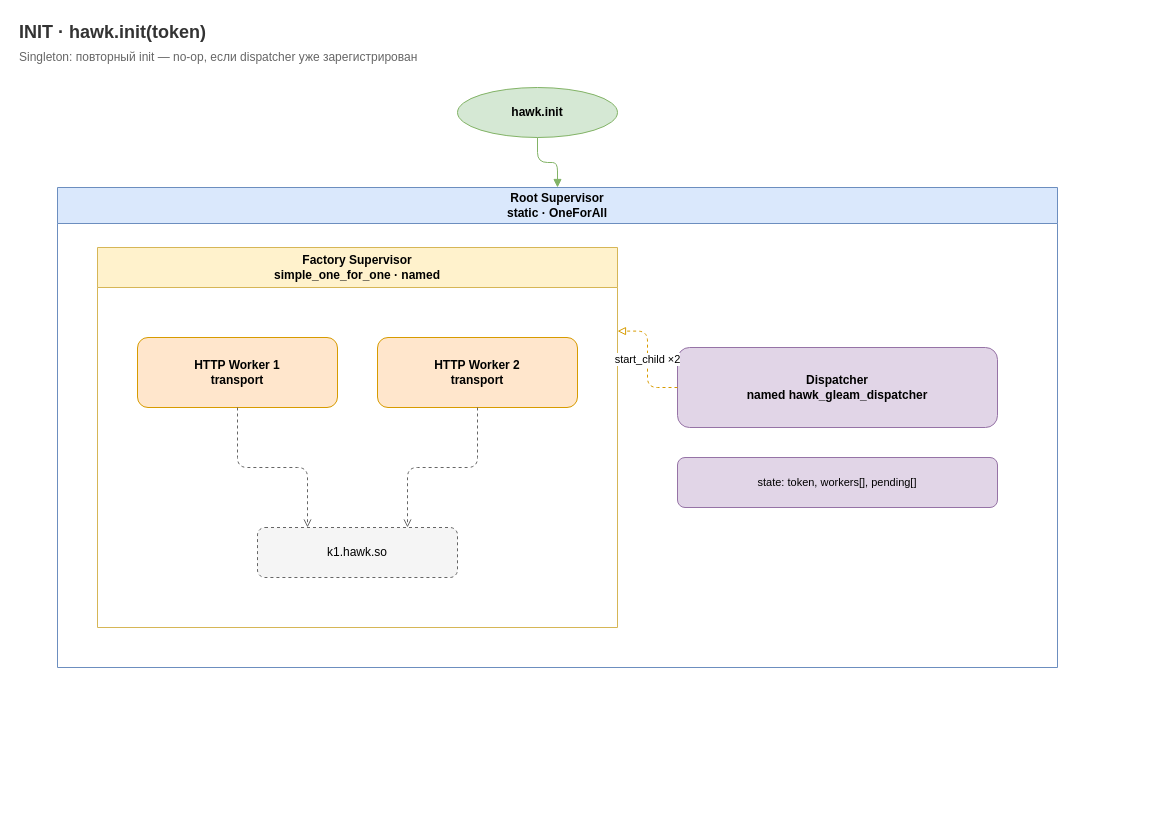
This is docs/hawk_init.drawio from Dobrunia/hawk.gleam, a draw.io file, before an edit. Source tidied: cells renumbered, new cells numbered last; positions are measured from the earlier drawing's top-left corner, leaving out a move shared by most shapes. Both pictures are drawn from the tidied source at 100%, with x=0, y=0 at pixel (17, 17).
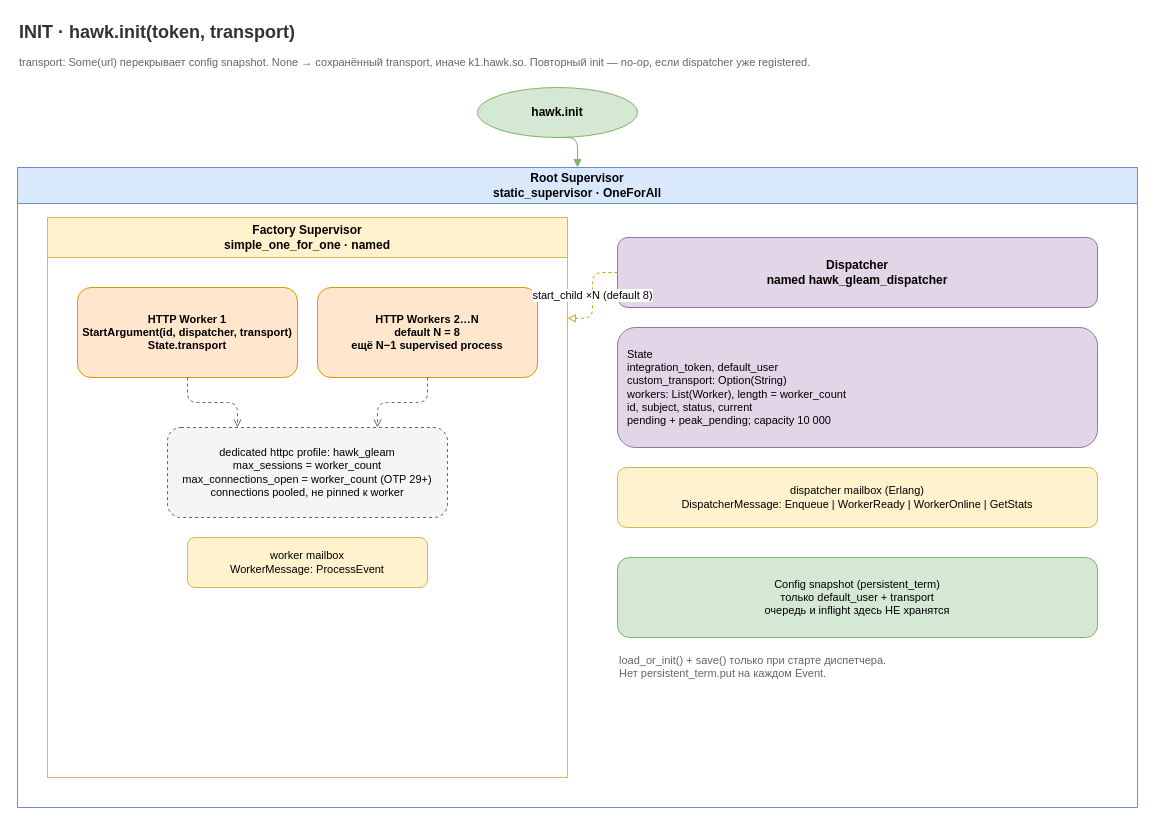
The same diagram, later.

The edit, as a diff of the source:
```diff
@@
 <mxGraphModel>
   <root>
     <mxCell id="0" />
     <mxCell id="1" parent="0" />
-    <mxCell id="2" value="INIT  ·  hawk.init(token)" style="text;html=1;strokeColor=none;fillColor=none;align=left;verticalAlign=middle;fontStyle=1;fontSize=18;fontColor=#333333;" parent="1" vertex="1">
-      <mxGeometry width="420" height="30" as="geometry" />
+    <mxCell id="2" value="INIT  ·  hawk.init(token, transport)" style="text;html=1;strokeColor=none;fillColor=none;align=left;verticalAlign=middle;fontStyle=1;fontSize=18;fontColor=#333333;" parent="1" vertex="1">
+      <mxGeometry width="560" height="30" as="geometry" />
     </mxCell>
-    <mxCell id="3" value="Singleton: повторный init — no-op, если dispatcher уже зарегистрирован" style="text;html=1;strokeColor=none;fillColor=none;align=left;verticalAlign=middle;fontSize=12;fontColor=#666666;" parent="1" vertex="1">
-      <mxGeometry y="30" width="520" height="20" as="geometry" />
+    <mxCell id="3" value="transport: Some(url) перекрывает config snapshot. None → сохранённый transport, иначе k1.hawk.so. Повторный init — no-op, если dispatcher уже registered." style="text;html=1;strokeColor=none;fillColor=none;align=left;verticalAlign=middle;fontSize=11;fontColor=#666666;" parent="1" vertex="1">
+      <mxGeometry y="30" width="1100" height="30" as="geometry" />
     </mxCell>
     <mxCell id="4" value="hawk.init" style="ellipse;whiteSpace=wrap;html=1;fillColor=#d5e8d4;strokeColor=#82b366;fontStyle=1;" parent="1" vertex="1">
-      <mxGeometry x="440" y="70" width="160" height="50" as="geometry" />
+      <mxGeometry x="460" y="70" width="160" height="50" as="geometry" />
     </mxCell>
-    <mxCell id="5" value="Root Supervisor&#10;static · OneForAll" style="swimlane;startSize=36;html=1;fillColor=#dae8fc;strokeColor=#6c8ebf;fontStyle=1;whiteSpace=wrap;" parent="1" vertex="1">
-      <mxGeometry x="40" y="170" width="1000" height="480" as="geometry" />
+    <mxCell id="5" value="Root Supervisor&#10;static_supervisor · OneForAll" style="swimlane;startSize=36;html=1;fillColor=#dae8fc;strokeColor=#6c8ebf;fontStyle=1;whiteSpace=wrap;" parent="1" vertex="1">
+      <mxGeometry y="150" width="1120" height="640" as="geometry" />
     </mxCell>
     <mxCell id="6" value="Factory Supervisor&#10;simple_one_for_one · named" style="swimlane;startSize=40;html=1;fillColor=#fff2cc;strokeColor=#d6b656;fontStyle=1;whiteSpace=wrap;" parent="5" vertex="1">
-      <mxGeometry x="40" y="60" width="520" height="380" as="geometry" />
+      <mxGeometry x="30" y="50" width="520" height="560" as="geometry" />
     </mxCell>
-    <mxCell id="7" value="HTTP Worker 1&#10;transport" style="rounded=1;whiteSpace=wrap;html=1;fillColor=#ffe6cc;strokeColor=#d79b00;fontStyle=1;" parent="6" vertex="1">
-      <mxGeometry x="40" y="90" width="200" height="70" as="geometry" />
+    <mxCell id="7" value="HTTP Worker 1&#10;StartArgument(id, dispatcher, transport)&#10;State.transport" style="rounded=1;whiteSpace=wrap;html=1;fillColor=#ffe6cc;strokeColor=#d79b00;fontStyle=1;fontSize=11;" parent="6" vertex="1">
+      <mxGeometry x="30" y="70" width="220" height="90" as="geometry" />
     </mxCell>
-    <mxCell id="8" value="HTTP Worker 2&#10;transport" style="rounded=1;whiteSpace=wrap;html=1;fillColor=#ffe6cc;strokeColor=#d79b00;fontStyle=1;" parent="6" vertex="1">
-      <mxGeometry x="280" y="90" width="200" height="70" as="geometry" />
+    <mxCell id="8" value="HTTP Workers 2…N&#10;default N = 8&#10;ещё N−1 supervised process" style="rounded=1;whiteSpace=wrap;html=1;fillColor=#ffe6cc;strokeColor=#d79b00;fontStyle=1;fontSize=11;" parent="6" vertex="1">
+      <mxGeometry x="270" y="70" width="220" height="90" as="geometry" />
     </mxCell>
-    <mxCell id="9" value="k1.hawk.so" style="rounded=1;dashed=1;whiteSpace=wrap;html=1;fillColor=#f5f5f5;strokeColor=#666666;" parent="6" vertex="1">
-      <mxGeometry x="160" y="280" width="200" height="50" as="geometry" />
+    <mxCell id="9" value="dedicated httpc profile: hawk_gleam&#10;max_sessions = worker_count&#10;max_connections_open = worker_count (OTP 29+)&#10;connections pooled, не pinned к worker" style="rounded=1;dashed=1;whiteSpace=wrap;html=1;fillColor=#f5f5f5;strokeColor=#666666;fontSize=11;" parent="6" vertex="1">
+      <mxGeometry x="120" y="210" width="280" height="90" as="geometry" />
     </mxCell>
+    <mxCell id="16" value="worker mailbox&#10;WorkerMessage: ProcessEvent" style="rounded=1;whiteSpace=wrap;html=1;fillColor=#fff2cc;strokeColor=#d6b656;fontSize=11;" parent="6" vertex="1">
+      <mxGeometry x="140" y="320" width="240" height="50" as="geometry" />
+    </mxCell>
     <mxCell id="10" value="Dispatcher&#10;named hawk_gleam_dispatcher" style="rounded=1;whiteSpace=wrap;html=1;fillColor=#e1d5e7;strokeColor=#9673a6;fontStyle=1;" parent="5" vertex="1">
-      <mxGeometry x="620" y="160" width="320" height="80" as="geometry" />
+      <mxGeometry x="600" y="70" width="480" height="70" as="geometry" />
     </mxCell>
-    <mxCell id="11" value="state: token, workers[], pending[]" style="rounded=1;whiteSpace=wrap;html=1;fillColor=#e1d5e7;strokeColor=#9673a6;fontSize=11;" parent="5" vertex="1">
-      <mxGeometry x="620" y="270" width="320" height="50" as="geometry" />
+    <mxCell id="11" value="State&#10;integration_token, default_user&#10;custom_transport: Option(String)&#10;workers: List(Worker), length = worker_count&#10;id, subject, status, current&#10;pending + peak_pending; capacity 10 000" style="rounded=1;whiteSpace=wrap;html=1;align=left;spacingLeft=8;fillColor=#e1d5e7;strokeColor=#9673a6;fontSize=11;" parent="5" vertex="1">
+      <mxGeometry x="600" y="160" width="480" height="120" as="geometry" />
     </mxCell>
+    <mxCell id="17" value="dispatcher mailbox (Erlang)&#10;DispatcherMessage: Enqueue | WorkerReady | WorkerOnline | GetStats" style="rounded=1;whiteSpace=wrap;html=1;fillColor=#fff2cc;strokeColor=#d6b656;fontSize=11;" parent="5" vertex="1">
+      <mxGeometry x="600" y="300" width="480" height="60" as="geometry" />
+    </mxCell>
+    <mxCell id="18" value="Config snapshot (persistent_term)&#10;только default_user + transport&#10;очередь и inflight здесь НЕ хранятся" style="rounded=1;whiteSpace=wrap;html=1;fillColor=#d5e8d4;strokeColor=#82b366;fontSize=11;" parent="5" vertex="1">
+      <mxGeometry x="600" y="390" width="480" height="80" as="geometry" />
+    </mxCell>
+    <mxCell id="19" value="load_or_init() + save() только при старте диспетчера.&#10;Нет persistent_term.put на каждом Event." style="text;html=1;strokeColor=none;fillColor=none;align=left;fontSize=11;fontColor=#666666;" parent="5" vertex="1">
+      <mxGeometry x="600" y="480" width="480" height="40" as="geometry" />
+    </mxCell>
     <mxCell id="12" style="edgeStyle=orthogonalEdgeStyle;rounded=1;jettySize=auto;html=1;endArrow=block;endFill=1;strokeColor=#82b366;exitX=0.5;exitY=1;entryX=0.5;entryY=0;" parent="1" edge="1" source="4" target="5">
       <mxGeometry relative="1" as="geometry" />
     </mxCell>
-    <mxCell id="13" value="start_child ×2" style="edgeStyle=orthogonalEdgeStyle;rounded=1;jettySize=auto;html=1;dashed=1;endArrow=block;endFill=0;strokeColor=#d79b00;exitX=0;exitY=0.5;entryX=1;entryY=0.22;fontSize=11;" parent="5" edge="1" source="10" target="6">
+    <mxCell id="13" value="start_child ×N (default 8)" style="edgeStyle=orthogonalEdgeStyle;rounded=1;jettySize=auto;html=1;dashed=1;endArrow=block;endFill=0;strokeColor=#d79b00;exitX=0;exitY=0.5;entryX=1;entryY=0.18;fontSize=11;" parent="5" edge="1" source="10" target="6">
       <mxGeometry relative="1" as="geometry" />
     </mxCell>
     <mxCell id="14" style="edgeStyle=orthogonalEdgeStyle;rounded=1;jettySize=auto;html=1;endArrow=open;dashed=1;strokeColor=#666666;exitX=0.5;exitY=1;entryX=0.25;entryY=0;" parent="6" edge="1" source="7" target="9">
       <mxGeometry relative="1" as="geometry" />
     </mxCell>
     <mxCell id="15" style="edgeStyle=orthogonalEdgeStyle;rounded=1;jettySize=auto;html=1;endArrow=open;dashed=1;strokeColor=#666666;exitX=0.5;exitY=1;entryX=0.75;entryY=0;" parent="6" edge="1" source="8" target="9">
       <mxGeometry relative="1" as="geometry" />
     </mxCell>
   </root>
 </mxGraphModel>
```
